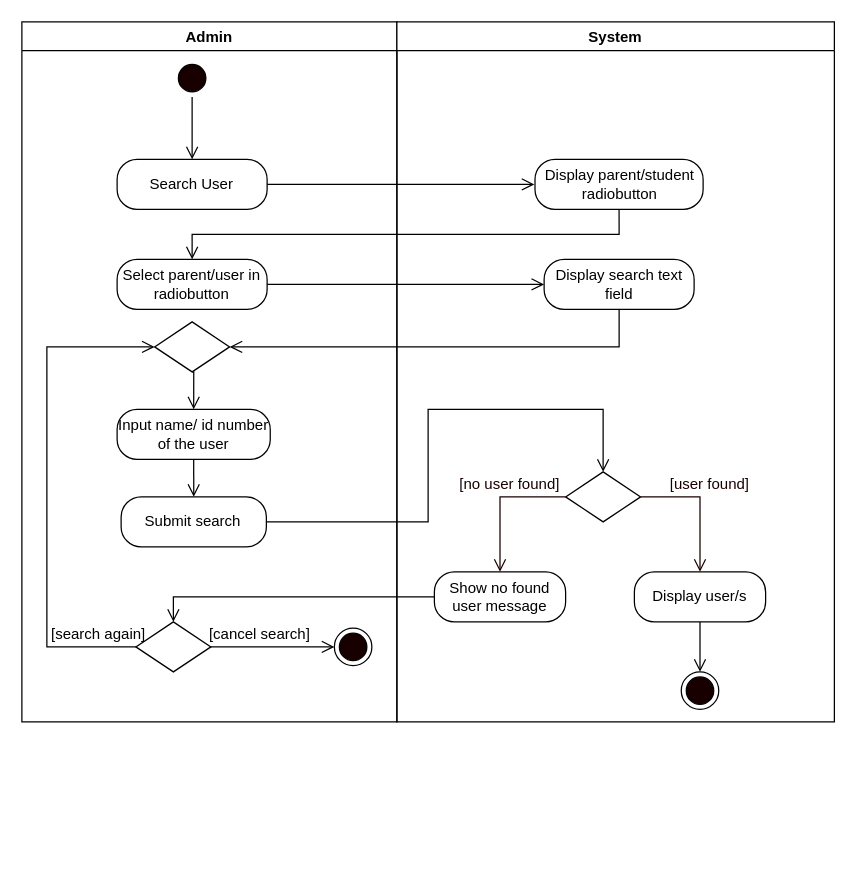
The draw.io diagram page "Search User" (4 of 12) of REVISIONS/UML-DIAGRAMS/6-9-2021/ACTIVITY DIAGRAM/ACTIVITY DIAGRAM.drawio in mrklglsn/CAPSTONE-FILES, before the edit. Source tidied: cells renumbered, new cells numbered last; positions are measured from the earlier drawing's top-left corner, leaving out a move shared by most shapes. Both pictures are drawn from the tidied source at 125%, with x=0, y=0 at pixel (21, 21).
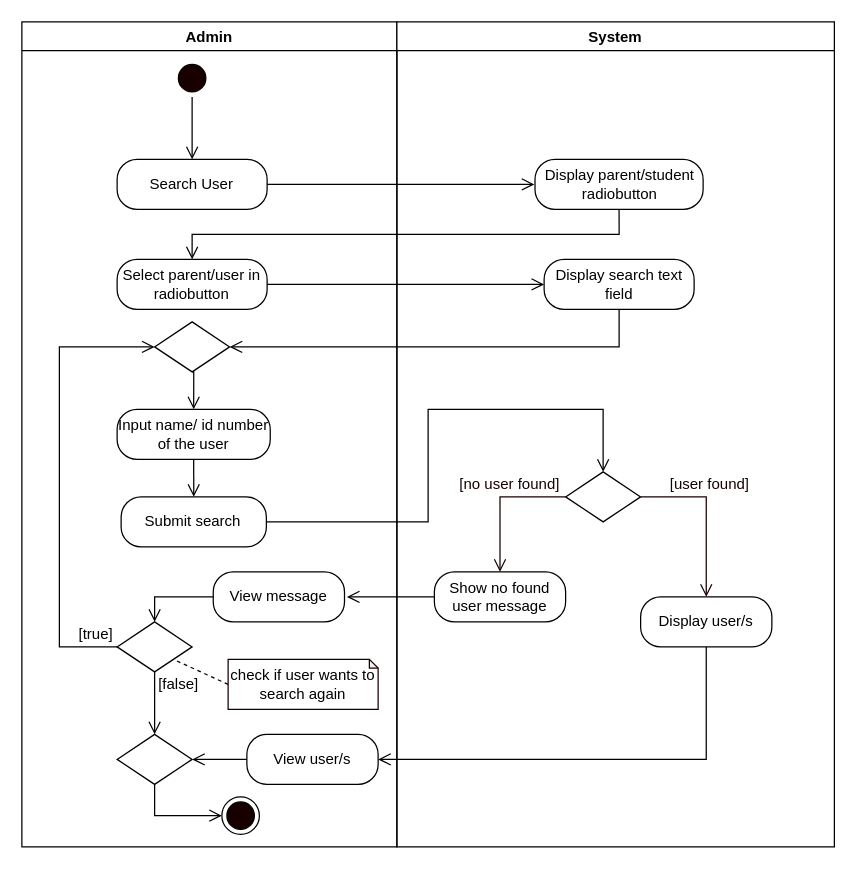
The same diagram, later.

The change refers to these unchanged cells:
```xml
<mxCell id="10" style="rhombus;whiteSpace=wrap;html=1;" parent="2" vertex="1">
  <mxGeometry x="106.2" y="240" width="60" height="40" as="geometry" />
</mxCell>
<mxCell id="22" value="Show no found user message" style="rounded=1;whiteSpace=wrap;html=1;arcSize=40;" parent="18" vertex="1">
  <mxGeometry x="30" y="440" width="105" height="40" as="geometry" />
</mxCell>
```

The edit, as a diff of the source:
```diff
@@
     <mxCell id="2" value="Admin" style="swimlane;startSize=23;" parent="1" vertex="1">
-      <mxGeometry width="300" height="560" as="geometry" />
+      <mxGeometry width="300" height="660" as="geometry" />
     </mxCell>
@@
-    <mxCell id="12" style="edgeStyle=orthogonalEdgeStyle;rounded=0;jettySize=auto;html=1;exitX=1;exitY=0.5;exitDx=0;exitDy=0;entryX=0;entryY=0.5;entryDx=0;entryDy=0;endArrow=open;endFill=0;endSize=8;" parent="2" edge="1" source="13" target="17">
-      <mxGeometry relative="1" as="geometry" />
-    </mxCell>
     <mxCell id="13" style="rhombus;whiteSpace=wrap;html=1;" parent="2" vertex="1">
-      <mxGeometry x="91.2" y="480" width="60" height="40" as="geometry" />
+      <mxGeometry x="76.2" y="480" width="60" height="40" as="geometry" />
     </mxCell>
     <mxCell id="14" style="edgeStyle=orthogonalEdgeStyle;rounded=0;jettySize=auto;html=1;exitX=0;exitY=0.5;exitDx=0;exitDy=0;endArrow=open;endFill=0;endSize=8;entryX=0;entryY=0.5;entryDx=0;entryDy=0;" parent="2" edge="1" source="13" target="10">
       <mxGeometry relative="1" as="geometry">
         <Array as="points">
-          <mxPoint x="20" y="500" />
-          <mxPoint x="20" y="260" />
+          <mxPoint x="30" y="500" />
+          <mxPoint x="30" y="260" />
         </Array>
       </mxGeometry>
     </mxCell>
-    <mxCell id="15" value="[search again]" style="text;html=1;align=center;verticalAlign=middle;strokeColor=none;rotation=0;" parent="2" vertex="1">
-      <mxGeometry x="16.2" y="480" width="90" height="20" as="geometry" />
+    <mxCell id="15" value="[true]" style="text;html=1;align=center;verticalAlign=middle;strokeColor=none;rotation=0;" parent="2" vertex="1">
+      <mxGeometry x="39.4" y="480" width="40" height="20" as="geometry" />
     </mxCell>
-    <mxCell id="16" value="[cancel search]" style="text;html=1;align=center;verticalAlign=middle;strokeColor=none;rotation=0;" parent="2" vertex="1">
-      <mxGeometry x="140" y="480" width="100" height="20" as="geometry" />
+    <mxCell id="16" value="[false]" style="text;html=1;align=center;verticalAlign=middle;strokeColor=none;rotation=0;" parent="2" vertex="1">
+      <mxGeometry x="100" y="520" width="50" height="20" as="geometry" />
     </mxCell>
+    <mxCell id="36" style="edgeStyle=orthogonalEdgeStyle;rounded=0;jettySize=auto;html=1;exitX=0;exitY=0.5;exitDx=0;exitDy=0;entryX=0.5;entryY=0;entryDx=0;entryDy=0;endArrow=open;endFill=0;endSize=8;" parent="2" edge="1" source="37" target="13">
+      <mxGeometry relative="1" as="geometry" />
+    </mxCell>
+    <mxCell id="37" value="View message" style="rounded=1;whiteSpace=wrap;html=1;arcSize=40;" parent="2" vertex="1">
+      <mxGeometry x="153.1" y="440" width="105" height="40" as="geometry" />
+    </mxCell>
+    <mxCell id="38" style="edgeStyle=orthogonalEdgeStyle;rounded=0;jettySize=auto;html=1;exitX=0;exitY=0.5;exitDx=0;exitDy=0;entryX=1;entryY=0.5;entryDx=0;entryDy=0;endArrow=open;endFill=0;endSize=8;" parent="2" edge="1" source="39" target="41">
+      <mxGeometry relative="1" as="geometry" />
+    </mxCell>
+    <mxCell id="39" value="View user/s" style="rounded=1;whiteSpace=wrap;html=1;arcSize=40;" parent="2" vertex="1">
+      <mxGeometry x="180" y="570" width="105" height="40" as="geometry" />
+    </mxCell>
+    <mxCell id="40" style="edgeStyle=orthogonalEdgeStyle;rounded=0;jettySize=auto;html=1;exitX=0.5;exitY=1;exitDx=0;exitDy=0;entryX=0;entryY=0.5;entryDx=0;entryDy=0;endArrow=open;endFill=0;endSize=8;" parent="2" edge="1" source="41" target="17">
+      <mxGeometry relative="1" as="geometry" />
+    </mxCell>
+    <mxCell id="41" style="rhombus;whiteSpace=wrap;html=1;" parent="2" vertex="1">
+      <mxGeometry x="76.2" y="570" width="60" height="40" as="geometry" />
+    </mxCell>
     <mxCell id="17" style="ellipse;html=1;shape=endState;fillColor=#190000;" parent="2" vertex="1">
-      <mxGeometry x="250" y="485" width="30" height="30" as="geometry" />
+      <mxGeometry x="160" y="620" width="30" height="30" as="geometry" />
     </mxCell>
+    <mxCell id="42" style="edgeStyle=orthogonalEdgeStyle;rounded=0;jettySize=auto;html=1;exitX=0.5;exitY=1;exitDx=0;exitDy=0;endArrow=open;endFill=0;endSize=8;entryX=0.5;entryY=0;entryDx=0;entryDy=0;" parent="2" edge="1" source="13" target="41">
+      <mxGeometry relative="1" as="geometry" />
+    </mxCell>
+    <mxCell id="43" style="rounded=0;jettySize=auto;html=1;exitX=0;exitY=0.5;exitDx=0;exitDy=0;exitPerimeter=0;entryX=1;entryY=1;entryDx=0;entryDy=0;endArrow=none;endFill=0;endSize=8;dashed=1;" parent="2" edge="1" source="44" target="13">
+      <mxGeometry relative="1" as="geometry" />
+    </mxCell>
+    <mxCell id="44" value="check if user wants to search again" style="shape=note;whiteSpace=wrap;html=1;backgroundOutline=1;darkOpacity=0.05;strokeColor=#190000;size=7;" parent="2" vertex="1">
+      <mxGeometry x="165" y="510" width="120" height="40" as="geometry" />
+    </mxCell>
     <mxCell id="18" value="System" style="swimlane;" parent="1" vertex="1">
-      <mxGeometry x="300" width="350" height="560" as="geometry" />
+      <mxGeometry x="300" width="350" height="660" as="geometry" />
     </mxCell>
@@
-    <mxCell id="23" style="edgeStyle=orthogonalEdgeStyle;rounded=0;jettySize=auto;html=1;exitX=0.5;exitY=1;exitDx=0;exitDy=0;endArrow=open;endFill=0;endSize=8;" parent="18" edge="1" source="24" target="28">
-      <mxGeometry relative="1" as="geometry" />
-    </mxCell>
     <mxCell id="24" value="Display user/s" style="rounded=1;whiteSpace=wrap;html=1;arcSize=40;" parent="18" vertex="1">
-      <mxGeometry x="190" y="440" width="105" height="40" as="geometry" />
+      <mxGeometry x="195" y="460" width="105" height="40" as="geometry" />
     </mxCell>
@@
-    <mxCell id="28" style="ellipse;html=1;shape=endState;fillColor=#190000;" parent="18" vertex="1">
-      <mxGeometry x="227.5" y="520" width="30" height="30" as="geometry" />
-    </mxCell>
@@
-    <mxCell id="35" style="edgeStyle=orthogonalEdgeStyle;rounded=0;jettySize=auto;html=1;exitX=0;exitY=0.5;exitDx=0;exitDy=0;entryX=0.5;entryY=0;entryDx=0;entryDy=0;endArrow=open;endFill=0;endSize=8;" parent="1" edge="1" source="22" target="13">
-      <mxGeometry relative="1" as="geometry" />
-    </mxCell>
+    <mxCell id="45" style="edgeStyle=orthogonalEdgeStyle;rounded=0;jettySize=auto;html=1;exitX=0;exitY=0.5;exitDx=0;exitDy=0;endArrow=open;endFill=0;endSize=8;" parent="1" edge="1" source="22">
+      <mxGeometry relative="1" as="geometry">
+        <mxPoint x="260" y="460" as="targetPoint" />
+      </mxGeometry>
+    </mxCell>
+    <mxCell id="46" style="edgeStyle=orthogonalEdgeStyle;rounded=0;jettySize=auto;html=1;exitX=0.5;exitY=1;exitDx=0;exitDy=0;endArrow=open;endFill=0;endSize=8;entryX=1;entryY=0.5;entryDx=0;entryDy=0;" parent="1" edge="1" source="24" target="39">
+      <mxGeometry relative="1" as="geometry" />
+    </mxCell>
```
